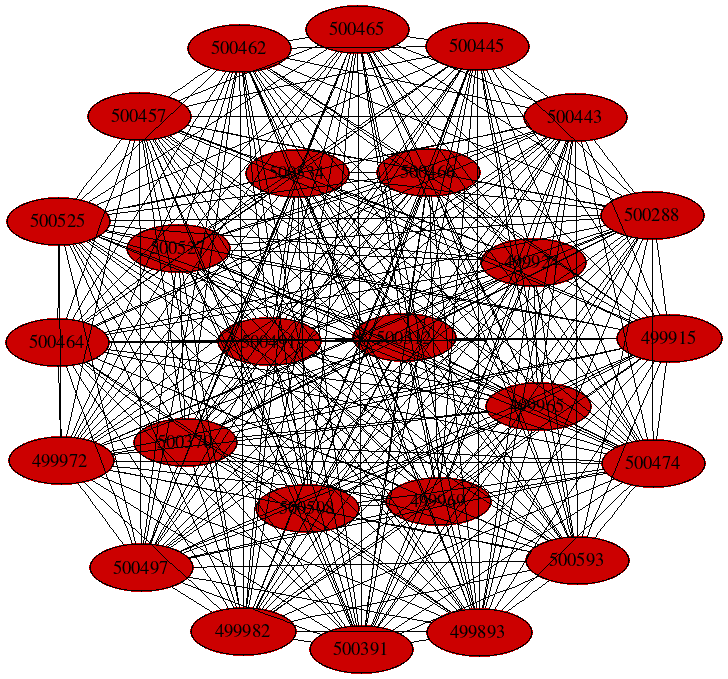
Earlier version of the Graphviz export notebooks/graphs/BACTEROIDALES_cc4.png (fedarko/sheepgut). Its source is kept beside it as notebooks/graphs/BACTEROIDALES_cc4.gv.
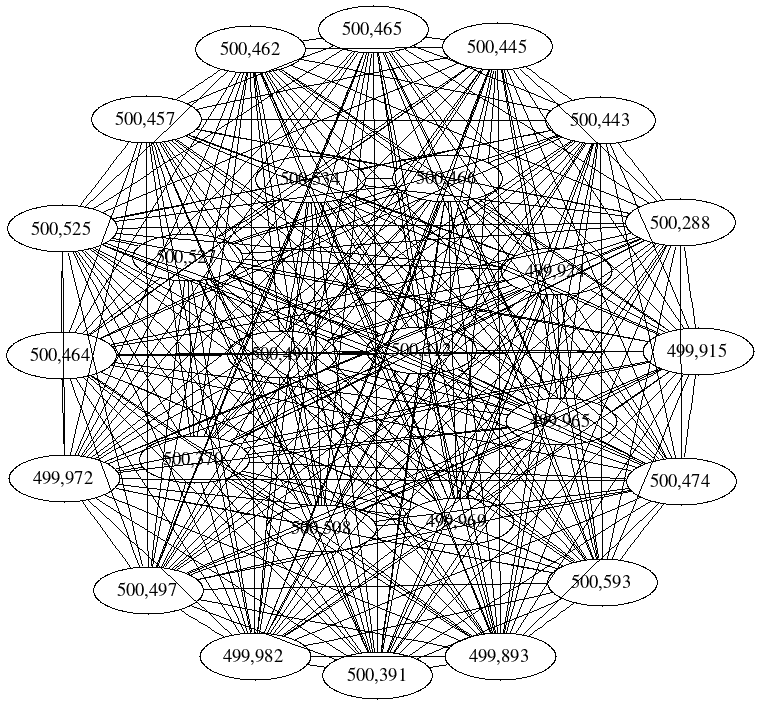
Above is the later version.

The edit, as a diff of the source:
```diff
@@ -1,354 +1,354 @@
 graph BACTEROIDALES_cc4 {
 	K = 2.0;
-	499969 [style="filled", fillcolor="#cc0000"];
-	499972 [style="filled", fillcolor="#cc0000"];
-	500491 [style="filled", fillcolor="#cc0000"];
-	499982 [style="filled", fillcolor="#cc0000"];
-	500497 [style="filled", fillcolor="#cc0000"];
-	500370 [style="filled", fillcolor="#cc0000"];
-	500508 [style="filled", fillcolor="#cc0000"];
-	500391 [style="filled", fillcolor="#cc0000"];
-	500525 [style="filled", fillcolor="#cc0000"];
-	500527 [style="filled", fillcolor="#cc0000"];
-	499893 [style="filled", fillcolor="#cc0000"];
-	500534 [style="filled", fillcolor="#cc0000"];
-	500288 [style="filled", fillcolor="#cc0000"];
-	499915 [style="filled", fillcolor="#cc0000"];
-	499924 [style="filled", fillcolor="#cc0000"];
-	500312 [style="filled", fillcolor="#cc0000"];
-	500443 [style="filled", fillcolor="#cc0000"];
-	500445 [style="filled", fillcolor="#cc0000"];
-	500457 [style="filled", fillcolor="#cc0000"];
-	500462 [style="filled", fillcolor="#cc0000"];
-	500464 [style="filled", fillcolor="#cc0000"];
-	500465 [style="filled", fillcolor="#cc0000"];
-	500466 [style="filled", fillcolor="#cc0000"];
-	500593 [style="filled", fillcolor="#cc0000"];
-	500474 [style="filled", fillcolor="#cc0000"];
-	499965 [style="filled", fillcolor="#cc0000"];
-	499969 -- 499893;
-	499969 -- 499915;
-	499969 -- 499924;
-	499969 -- 499965;
-	499969 -- 499972;
-	499969 -- 499982;
-	499969 -- 500288;
-	499969 -- 500312;
-	499969 -- 500370;
-	499969 -- 500443;
-	499969 -- 500445;
-	499969 -- 500457;
-	499969 -- 500462;
-	499969 -- 500464;
-	499969 -- 500465;
-	499969 -- 500466;
-	499969 -- 500474;
-	499969 -- 500491;
-	499969 -- 500497;
-	499969 -- 500508;
-	499969 -- 500525;
-	499969 -- 500527;
-	499969 -- 500534;
-	499969 -- 500593;
-	499969 -- 500391;
-	499972 -- 499893;
-	499972 -- 499915;
-	499972 -- 499924;
-	499972 -- 499965;
-	499972 -- 499982;
-	499972 -- 500288;
-	499972 -- 500312;
-	499972 -- 500370;
-	499972 -- 500443;
-	499972 -- 500445;
-	499972 -- 500457;
-	499972 -- 500462;
-	499972 -- 500464;
-	499972 -- 500465;
-	499972 -- 500466;
-	499972 -- 500474;
-	499972 -- 500491;
-	499972 -- 500497;
-	499972 -- 500508;
-	499972 -- 500525;
-	499972 -- 500527;
-	499972 -- 500534;
-	499972 -- 500593;
-	499972 -- 500391;
-	500491 -- 499893;
-	500491 -- 499915;
-	500491 -- 499924;
-	500491 -- 499965;
-	500491 -- 499982;
-	500491 -- 500288;
-	500491 -- 500312;
-	500491 -- 500370;
-	500491 -- 500443;
-	500491 -- 500445;
-	500491 -- 500457;
-	500491 -- 500462;
-	500491 -- 500464;
-	500491 -- 500465;
-	500491 -- 500466;
-	500491 -- 500474;
-	500491 -- 500497;
-	500491 -- 500508;
-	500491 -- 500525;
-	500491 -- 500527;
-	500491 -- 500534;
-	500491 -- 500593;
-	500491 -- 500391;
-	499982 -- 499893;
-	499982 -- 499915;
-	499982 -- 499924;
-	499982 -- 499965;
-	499982 -- 500288;
-	499982 -- 500312;
-	499982 -- 500370;
-	499982 -- 500443;
-	499982 -- 500445;
-	499982 -- 500457;
-	499982 -- 500462;
-	499982 -- 500464;
-	499982 -- 500465;
-	499982 -- 500466;
-	499982 -- 500474;
-	499982 -- 500497;
-	499982 -- 500508;
-	499982 -- 500525;
-	499982 -- 500527;
-	499982 -- 500534;
-	499982 -- 500593;
-	499982 -- 500391;
-	500497 -- 499893;
-	500497 -- 499915;
-	500497 -- 499924;
-	500497 -- 499965;
-	500497 -- 500288;
-	500497 -- 500312;
-	500497 -- 500370;
-	500497 -- 500443;
-	500497 -- 500445;
-	500497 -- 500457;
-	500497 -- 500462;
-	500497 -- 500464;
-	500497 -- 500465;
-	500497 -- 500466;
-	500497 -- 500474;
-	500497 -- 500508;
-	500497 -- 500525;
-	500497 -- 500527;
-	500497 -- 500534;
-	500497 -- 500593;
-	500497 -- 500391;
-	500370 -- 499893;
-	500370 -- 499915;
-	500370 -- 499924;
-	500370 -- 499965;
-	500370 -- 500288;
-	500370 -- 500312;
-	500370 -- 500443;
-	500370 -- 500445;
-	500370 -- 500457;
-	500370 -- 500462;
-	500370 -- 500464;
-	500370 -- 500465;
-	500370 -- 500466;
-	500370 -- 500474;
-	500370 -- 500508;
-	500370 -- 500525;
-	500370 -- 500527;
-	500370 -- 500534;
-	500370 -- 500593;
-	500370 -- 500391;
-	500508 -- 499893;
-	500508 -- 499915;
-	500508 -- 499924;
-	500508 -- 499965;
-	500508 -- 500288;
-	500508 -- 500312;
-	500508 -- 500443;
-	500508 -- 500445;
-	500508 -- 500457;
-	500508 -- 500462;
-	500508 -- 500464;
-	500508 -- 500465;
-	500508 -- 500466;
-	500508 -- 500474;
-	500508 -- 500525;
-	500508 -- 500527;
-	500508 -- 500534;
-	500508 -- 500593;
-	500508 -- 500391;
-	500391 -- 499893;
-	500391 -- 499915;
-	500391 -- 499924;
-	500391 -- 499965;
-	500391 -- 500288;
-	500391 -- 500312;
-	500391 -- 500443;
-	500391 -- 500445;
-	500391 -- 500457;
-	500391 -- 500462;
-	500391 -- 500464;
-	500391 -- 500465;
-	500391 -- 500466;
-	500391 -- 500474;
-	500391 -- 500525;
-	500391 -- 500527;
-	500391 -- 500534;
-	500391 -- 500593;
-	500525 -- 499893;
-	500525 -- 499915;
-	500525 -- 499924;
-	500525 -- 499965;
-	500525 -- 500288;
-	500525 -- 500312;
-	500525 -- 500443;
-	500525 -- 500445;
-	500525 -- 500457;
-	500525 -- 500462;
-	500525 -- 500464;
-	500525 -- 500465;
-	500525 -- 500466;
-	500525 -- 500474;
-	500525 -- 500527;
-	500525 -- 500534;
-	500525 -- 500593;
-	500527 -- 499893;
-	500527 -- 499915;
-	500527 -- 499924;
-	500527 -- 499965;
-	500527 -- 500288;
-	500527 -- 500312;
-	500527 -- 500443;
-	500527 -- 500445;
-	500527 -- 500457;
-	500527 -- 500462;
-	500527 -- 500464;
-	500527 -- 500465;
-	500527 -- 500466;
-	500527 -- 500474;
-	500527 -- 500534;
-	500527 -- 500593;
-	499893 -- 499915;
-	499893 -- 499924;
-	499893 -- 499965;
-	499893 -- 500288;
-	499893 -- 500312;
-	499893 -- 500443;
-	499893 -- 500445;
-	499893 -- 500457;
-	499893 -- 500462;
-	499893 -- 500464;
-	499893 -- 500465;
-	499893 -- 500466;
-	499893 -- 500474;
-	499893 -- 500534;
-	499893 -- 500593;
-	500534 -- 499915;
-	500534 -- 499924;
-	500534 -- 499965;
-	500534 -- 500288;
-	500534 -- 500312;
-	500534 -- 500443;
-	500534 -- 500445;
-	500534 -- 500457;
-	500534 -- 500462;
-	500534 -- 500464;
-	500534 -- 500465;
-	500534 -- 500466;
-	500534 -- 500474;
-	500534 -- 500593;
-	500288 -- 499915;
-	500288 -- 499924;
-	500288 -- 499965;
-	500288 -- 500312;
-	500288 -- 500443;
-	500288 -- 500445;
-	500288 -- 500457;
-	500288 -- 500462;
-	500288 -- 500464;
-	500288 -- 500465;
-	500288 -- 500466;
-	500288 -- 500474;
-	500288 -- 500593;
-	499915 -- 499924;
-	499915 -- 499965;
-	499915 -- 500312;
-	499915 -- 500443;
-	499915 -- 500445;
-	499915 -- 500457;
-	499915 -- 500462;
-	499915 -- 500464;
-	499915 -- 500465;
-	499915 -- 500466;
-	499915 -- 500474;
-	499915 -- 500593;
-	499924 -- 499965;
-	499924 -- 500312;
-	499924 -- 500443;
-	499924 -- 500445;
-	499924 -- 500457;
-	499924 -- 500462;
-	499924 -- 500464;
-	499924 -- 500465;
-	499924 -- 500466;
-	499924 -- 500474;
-	499924 -- 500593;
-	500312 -- 499965;
-	500312 -- 500443;
-	500312 -- 500445;
-	500312 -- 500457;
-	500312 -- 500462;
-	500312 -- 500464;
-	500312 -- 500465;
-	500312 -- 500466;
-	500312 -- 500474;
-	500312 -- 500593;
-	500443 -- 499965;
-	500443 -- 500445;
-	500443 -- 500457;
-	500443 -- 500462;
-	500443 -- 500464;
-	500443 -- 500465;
-	500443 -- 500466;
-	500443 -- 500474;
-	500443 -- 500593;
-	500445 -- 499965;
-	500445 -- 500457;
-	500445 -- 500462;
-	500445 -- 500464;
-	500445 -- 500465;
-	500445 -- 500466;
-	500445 -- 500474;
-	500445 -- 500593;
-	500457 -- 499965;
-	500457 -- 500462;
-	500457 -- 500464;
-	500457 -- 500465;
-	500457 -- 500466;
-	500457 -- 500474;
-	500457 -- 500593;
-	500462 -- 499965;
-	500462 -- 500464;
-	500462 -- 500465;
-	500462 -- 500466;
-	500462 -- 500474;
-	500462 -- 500593;
-	500464 -- 499965;
-	500464 -- 500465;
-	500464 -- 500466;
-	500464 -- 500474;
-	500464 -- 500593;
-	500465 -- 499965;
-	500465 -- 500466;
-	500465 -- 500474;
-	500465 -- 500593;
-	500466 -- 499965;
-	500466 -- 500474;
-	500466 -- 500593;
-	500593 -- 499965;
-	500593 -- 500474;
-	500474 -- 499965;
+	overlap="prism2";	"499,969" [style="filled", fillcolor="#ffffff", fontcolor="#000000"];
+	"499,972" [style="filled", fillcolor="#ffffff", fontcolor="#000000"];
+	"500,491" [style="filled", fillcolor="#ffffff", fontcolor="#000000"];
+	"499,982" [style="filled", fillcolor="#ffffff", fontcolor="#000000"];
+	"500,497" [style="filled", fillcolor="#ffffff", fontcolor="#000000"];
+	"500,370" [style="filled", fillcolor="#ffffff", fontcolor="#000000"];
+	"500,508" [style="filled", fillcolor="#ffffff", fontcolor="#000000"];
+	"500,391" [style="filled", fillcolor="#ffffff", fontcolor="#000000"];
+	"500,525" [style="filled", fillcolor="#ffffff", fontcolor="#000000"];
+	"500,527" [style="filled", fillcolor="#ffffff", fontcolor="#000000"];
+	"499,893" [style="filled", fillcolor="#ffffff", fontcolor="#000000"];
+	"500,534" [style="filled", fillcolor="#ffffff", fontcolor="#000000"];
+	"500,288" [style="filled", fillcolor="#ffffff", fontcolor="#000000"];
+	"499,915" [style="filled", fillcolor="#ffffff", fontcolor="#000000"];
+	"499,924" [style="filled", fillcolor="#ffffff", fontcolor="#000000"];
+	"500,312" [style="filled", fillcolor="#ffffff", fontcolor="#000000"];
+	"500,443" [style="filled", fillcolor="#ffffff", fontcolor="#000000"];
+	"500,445" [style="filled", fillcolor="#ffffff", fontcolor="#000000"];
+	"500,457" [style="filled", fillcolor="#ffffff", fontcolor="#000000"];
+	"500,462" [style="filled", fillcolor="#ffffff", fontcolor="#000000"];
+	"500,464" [style="filled", fillcolor="#ffffff", fontcolor="#000000"];
+	"500,465" [style="filled", fillcolor="#ffffff", fontcolor="#000000"];
+	"500,466" [style="filled", fillcolor="#ffffff", fontcolor="#000000"];
+	"500,593" [style="filled", fillcolor="#ffffff", fontcolor="#000000"];
+	"500,474" [style="filled", fillcolor="#ffffff", fontcolor="#000000"];
+	"499,965" [style="filled", fillcolor="#ffffff", fontcolor="#000000"];
+	"499,969" -- "499,893";
+	"499,969" -- "499,915";
+	"499,969" -- "499,924";
+	"499,969" -- "499,965";
+	"499,969" -- "499,972";
+	"499,969" -- "499,982";
+	"499,969" -- "500,288";
+	"499,969" -- "500,312";
+	"499,969" -- "500,370";
+	"499,969" -- "500,443";
+	"499,969" -- "500,445";
+	"499,969" -- "500,457";
+	"499,969" -- "500,462";
+	"499,969" -- "500,464";
+	"499,969" -- "500,465";
+	"499,969" -- "500,466";
+	"499,969" -- "500,474";
+	"499,969" -- "500,491";
+	"499,969" -- "500,497";
+	"499,969" -- "500,508";
+	"499,969" -- "500,525";
+	"499,969" -- "500,527";
+	"499,969" -- "500,534";
+	"499,969" -- "500,593";
+	"499,969" -- "500,391";
+	"499,972" -- "499,893";
+	"499,972" -- "499,915";
+	"499,972" -- "499,924";
+	"499,972" -- "499,965";
+	"499,972" -- "499,982";
+	"499,972" -- "500,288";
+	"499,972" -- "500,312";
+	"499,972" -- "500,370";
+	"499,972" -- "500,443";
+	"499,972" -- "500,445";
+	"499,972" -- "500,457";
+	"499,972" -- "500,462";
+	"499,972" -- "500,464";
+	"499,972" -- "500,465";
+	"499,972" -- "500,466";
+	"499,972" -- "500,474";
+	"499,972" -- "500,491";
+	"499,972" -- "500,497";
+	"499,972" -- "500,508";
+	"499,972" -- "500,525";
+	"499,972" -- "500,527";
+	"499,972" -- "500,534";
+	"499,972" -- "500,593";
+	"499,972" -- "500,391";
+	"500,491" -- "499,893";
+	"500,491" -- "499,915";
+	"500,491" -- "499,924";
+	"500,491" -- "499,965";
+	"500,491" -- "499,982";
+	"500,491" -- "500,288";
+	"500,491" -- "500,312";
+	"500,491" -- "500,370";
+	"500,491" -- "500,443";
+	"500,491" -- "500,445";
+	"500,491" -- "500,457";
+	"500,491" -- "500,462";
+	"500,491" -- "500,464";
+	"500,491" -- "500,465";
+	"500,491" -- "500,466";
+	"500,491" -- "500,474";
+	"500,491" -- "500,497";
+	"500,491" -- "500,508";
+	"500,491" -- "500,525";
+	"500,491" -- "500,527";
+	"500,491" -- "500,534";
+	"500,491" -- "500,593";
+	"500,491" -- "500,391";
+	"499,982" -- "499,893";
+	"499,982" -- "499,915";
+	"499,982" -- "499,924";
+	"499,982" -- "499,965";
+	"499,982" -- "500,288";
+	"499,982" -- "500,312";
+	"499,982" -- "500,370";
+	"499,982" -- "500,443";
+	"499,982" -- "500,445";
+	"499,982" -- "500,457";
+	"499,982" -- "500,462";
+	"499,982" -- "500,464";
+	"499,982" -- "500,465";
+	"499,982" -- "500,466";
+	"499,982" -- "500,474";
+	"499,982" -- "500,497";
+	"499,982" -- "500,508";
+	"499,982" -- "500,525";
+	"499,982" -- "500,527";
+	"499,982" -- "500,534";
+	"499,982" -- "500,593";
+	"499,982" -- "500,391";
+	"500,497" -- "499,893";
+	"500,497" -- "499,915";
+	"500,497" -- "499,924";
+	"500,497" -- "499,965";
+	"500,497" -- "500,288";
+	"500,497" -- "500,312";
+	"500,497" -- "500,370";
+	"500,497" -- "500,443";
+	"500,497" -- "500,445";
+	"500,497" -- "500,457";
+	"500,497" -- "500,462";
+	"500,497" -- "500,464";
+	"500,497" -- "500,465";
+	"500,497" -- "500,466";
+	"500,497" -- "500,474";
+	"500,497" -- "500,508";
+	"500,497" -- "500,525";
+	"500,497" -- "500,527";
+	"500,497" -- "500,534";
+	"500,497" -- "500,593";
+	"500,497" -- "500,391";
+	"500,370" -- "499,893";
+	"500,370" -- "499,915";
+	"500,370" -- "499,924";
+	"500,370" -- "499,965";
+	"500,370" -- "500,288";
+	"500,370" -- "500,312";
+	"500,370" -- "500,443";
+	"500,370" -- "500,445";
+	"500,370" -- "500,457";
+	"500,370" -- "500,462";
+	"500,370" -- "500,464";
+	"500,370" -- "500,465";
+	"500,370" -- "500,466";
+	"500,370" -- "500,474";
+	"500,370" -- "500,508";
+	"500,370" -- "500,525";
+	"500,370" -- "500,527";
+	"500,370" -- "500,534";
+	"500,370" -- "500,593";
+	"500,370" -- "500,391";
+	"500,508" -- "499,893";
+	"500,508" -- "499,915";
+	"500,508" -- "499,924";
+	"500,508" -- "499,965";
+	"500,508" -- "500,288";
+	"500,508" -- "500,312";
+	"500,508" -- "500,443";
+	"500,508" -- "500,445";
+	"500,508" -- "500,457";
+	"500,508" -- "500,462";
+	"500,508" -- "500,464";
+	"500,508" -- "500,465";
+	"500,508" -- "500,466";
+	"500,508" -- "500,474";
+	"500,508" -- "500,525";
+	"500,508" -- "500,527";
+	"500,508" -- "500,534";
+	"500,508" -- "500,593";
+	"500,508" -- "500,391";
+	"500,391" -- "499,893";
+	"500,391" -- "499,915";
+	"500,391" -- "499,924";
+	"500,391" -- "499,965";
+	"500,391" -- "500,288";
+	"500,391" -- "500,312";
+	"500,391" -- "500,443";
+	"500,391" -- "500,445";
+	"500,391" -- "500,457";
+	"500,391" -- "500,462";
+	"500,391" -- "500,464";
+	"500,391" -- "500,465";
+	"500,391" -- "500,466";
+	"500,391" -- "500,474";
+	"500,391" -- "500,525";
+	"500,391" -- "500,527";
+	"500,391" -- "500,534";
+	"500,391" -- "500,593";
+	"500,525" -- "499,893";
+	"500,525" -- "499,915";
+	"500,525" -- "499,924";
+	"500,525" -- "499,965";
+	"500,525" -- "500,288";
+	"500,525" -- "500,312";
+	"500,525" -- "500,443";
+	"500,525" -- "500,445";
+	"500,525" -- "500,457";
+	"500,525" -- "500,462";
+	"500,525" -- "500,464";
+	"500,525" -- "500,465";
+	"500,525" -- "500,466";
+	"500,525" -- "500,474";
+	"500,525" -- "500,527";
+	"500,525" -- "500,534";
+	"500,525" -- "500,593";
+	"500,527" -- "499,893";
+	"500,527" -- "499,915";
+	"500,527" -- "499,924";
+	"500,527" -- "499,965";
+	"500,527" -- "500,288";
+	"500,527" -- "500,312";
+	"500,527" -- "500,443";
+	"500,527" -- "500,445";
+	"500,527" -- "500,457";
+	"500,527" -- "500,462";
+	"500,527" -- "500,464";
+	"500,527" -- "500,465";
+	"500,527" -- "500,466";
+	"500,527" -- "500,474";
+	"500,527" -- "500,534";
+	"500,527" -- "500,593";
+	"499,893" -- "499,915";
+	"499,893" -- "499,924";
+	"499,893" -- "499,965";
+	"499,893" -- "500,288";
+	"499,893" -- "500,312";
+	"499,893" -- "500,443";
+	"499,893" -- "500,445";
+	"499,893" -- "500,457";
+	"499,893" -- "500,462";
+	"499,893" -- "500,464";
+	"499,893" -- "500,465";
+	"499,893" -- "500,466";
+	"499,893" -- "500,474";
+	"499,893" -- "500,534";
+	"499,893" -- "500,593";
+	"500,534" -- "499,915";
+	"500,534" -- "499,924";
+	"500,534" -- "499,965";
+	"500,534" -- "500,288";
+	"500,534" -- "500,312";
+	"500,534" -- "500,443";
+	"500,534" -- "500,445";
+	"500,534" -- "500,457";
+	"500,534" -- "500,462";
+	"500,534" -- "500,464";
+	"500,534" -- "500,465";
+	"500,534" -- "500,466";
+	"500,534" -- "500,474";
+	"500,534" -- "500,593";
+	"500,288" -- "499,915";
+	"500,288" -- "499,924";
+	"500,288" -- "499,965";
+	"500,288" -- "500,312";
+	"500,288" -- "500,443";
+	"500,288" -- "500,445";
+	"500,288" -- "500,457";
+	"500,288" -- "500,462";
+	"500,288" -- "500,464";
+	"500,288" -- "500,465";
+	"500,288" -- "500,466";
+	"500,288" -- "500,474";
+	"500,288" -- "500,593";
+	"499,915" -- "499,924";
+	"499,915" -- "499,965";
+	"499,915" -- "500,312";
+	"499,915" -- "500,443";
+	"499,915" -- "500,445";
+	"499,915" -- "500,457";
+	"499,915" -- "500,462";
+	"499,915" -- "500,464";
+	"499,915" -- "500,465";
+	"499,915" -- "500,466";
+	"499,915" -- "500,474";
+	"499,915" -- "500,593";
+	"499,924" -- "499,965";
+	"499,924" -- "500,312";
+	"499,924" -- "500,443";
+	"499,924" -- "500,445";
+	"499,924" -- "500,457";
+	"499,924" -- "500,462";
+	"499,924" -- "500,464";
+	"499,924" -- "500,465";
+	"499,924" -- "500,466";
+	"499,924" -- "500,474";
+	"499,924" -- "500,593";
+	"500,312" -- "499,965";
+	"500,312" -- "500,443";
+	"500,312" -- "500,445";
+	"500,312" -- "500,457";
+	"500,312" -- "500,462";
+	"500,312" -- "500,464";
+	"500,312" -- "500,465";
+	"500,312" -- "500,466";
+	"500,312" -- "500,474";
+	"500,312" -- "500,593";
+	"500,443" -- "499,965";
+	"500,443" -- "500,445";
+	"500,443" -- "500,457";
+	"500,443" -- "500,462";
+	"500,443" -- "500,464";
+	"500,443" -- "500,465";
+	"500,443" -- "500,466";
+	"500,443" -- "500,474";
+	"500,443" -- "500,593";
+	"500,445" -- "499,965";
+	"500,445" -- "500,457";
+	"500,445" -- "500,462";
+	"500,445" -- "500,464";
+	"500,445" -- "500,465";
+	"500,445" -- "500,466";
+	"500,445" -- "500,474";
+	"500,445" -- "500,593";
+	"500,457" -- "499,965";
+	"500,457" -- "500,462";
+	"500,457" -- "500,464";
+	"500,457" -- "500,465";
+	"500,457" -- "500,466";
+	"500,457" -- "500,474";
+	"500,457" -- "500,593";
+	"500,462" -- "499,965";
+	"500,462" -- "500,464";
+	"500,462" -- "500,465";
+	"500,462" -- "500,466";
+	"500,462" -- "500,474";
+	"500,462" -- "500,593";
+	"500,464" -- "499,965";
+	"500,464" -- "500,465";
+	"500,464" -- "500,466";
+	"500,464" -- "500,474";
+	"500,464" -- "500,593";
+	"500,465" -- "499,965";
+	"500,465" -- "500,466";
+	"500,465" -- "500,474";
+	"500,465" -- "500,593";
+	"500,466" -- "499,965";
+	"500,466" -- "500,474";
+	"500,466" -- "500,593";
+	"500,593" -- "499,965";
+	"500,593" -- "500,474";
+	"500,474" -- "499,965";
 }
```
